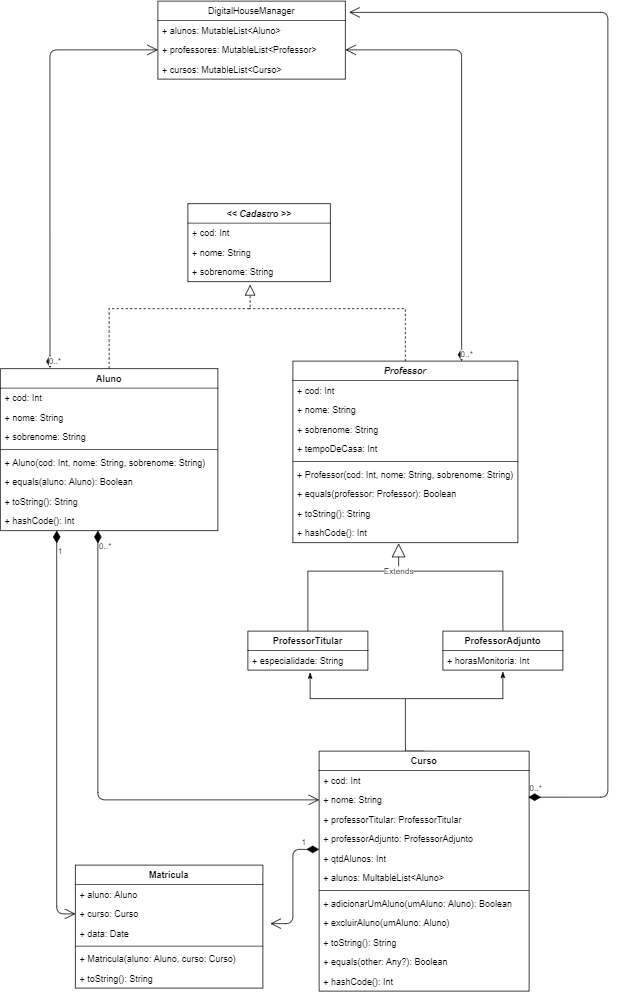
Earlier version of the draw.io export UML.png (btmluiz/digitalhouse-desafio-kotlin). Source tidied: cells renumbered, new cells last; positions are measured from the earlier drawing's top-left corner, leaving out a move shared by most shapes.
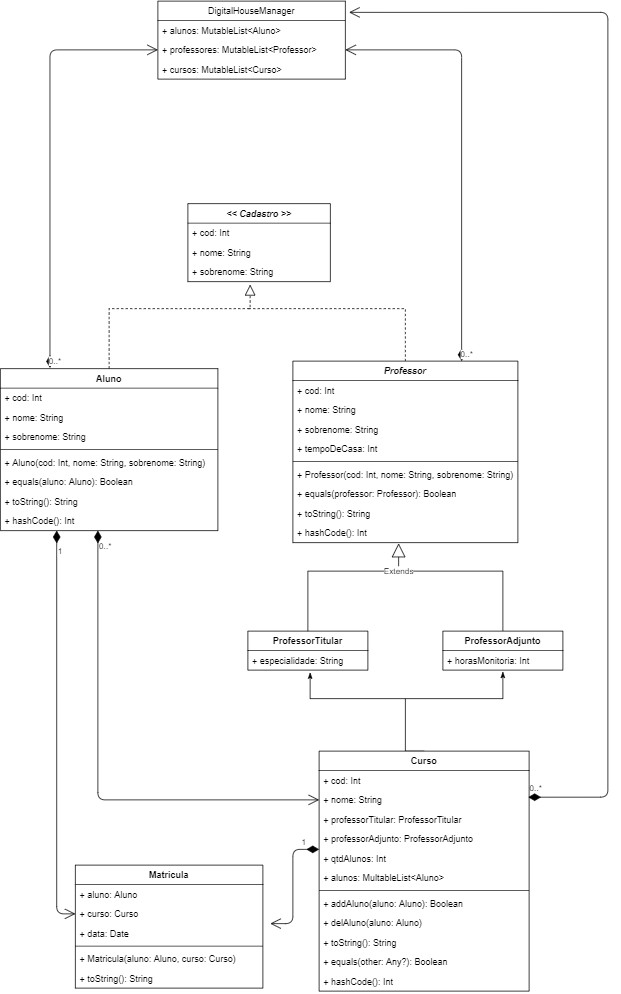
Later version of the same file.

Diff of the diagram source:
```diff
@@ -228,10 +228,10 @@
     <mxCell id="59" style="line;strokeWidth=1;fillColor=none;align=left;verticalAlign=middle;spacingTop=-1;spacingLeft=3;spacingRight=3;labelPosition=right;" parent="52" vertex="1">
       <mxGeometry y="182" width="280" height="8" as="geometry" />
     </mxCell>
-    <mxCell id="60" value="+ adicionarUmAluno(umAluno: Aluno): Boolean" style="text;strokeColor=none;fillColor=none;align=left;verticalAlign=top;spacingLeft=4;spacingRight=4;overflow=hidden;" parent="52" vertex="1">
+    <mxCell id="60" value="+ addAluno(aluno: Aluno): Boolean" style="text;strokeColor=none;fillColor=none;align=left;verticalAlign=top;spacingLeft=4;spacingRight=4;overflow=hidden;" parent="52" vertex="1">
       <mxGeometry y="190" width="280" height="26" as="geometry" />
     </mxCell>
-    <mxCell id="61" value="+ excluirAluno(umAluno: Aluno)" style="text;strokeColor=none;fillColor=none;align=left;verticalAlign=top;spacingLeft=4;spacingRight=4;overflow=hidden;" parent="52" vertex="1">
+    <mxCell id="61" value="+ delAluno(aluno: Aluno)" style="text;strokeColor=none;fillColor=none;align=left;verticalAlign=top;spacingLeft=4;spacingRight=4;overflow=hidden;" parent="52" vertex="1">
       <mxGeometry y="216" width="280" height="26" as="geometry" />
     </mxCell>
     <mxCell id="62" value="+ toString(): String" style="text;strokeColor=none;fillColor=none;align=left;verticalAlign=top;spacingLeft=4;spacingRight=4;overflow=hidden;" parent="52" vertex="1">
```
